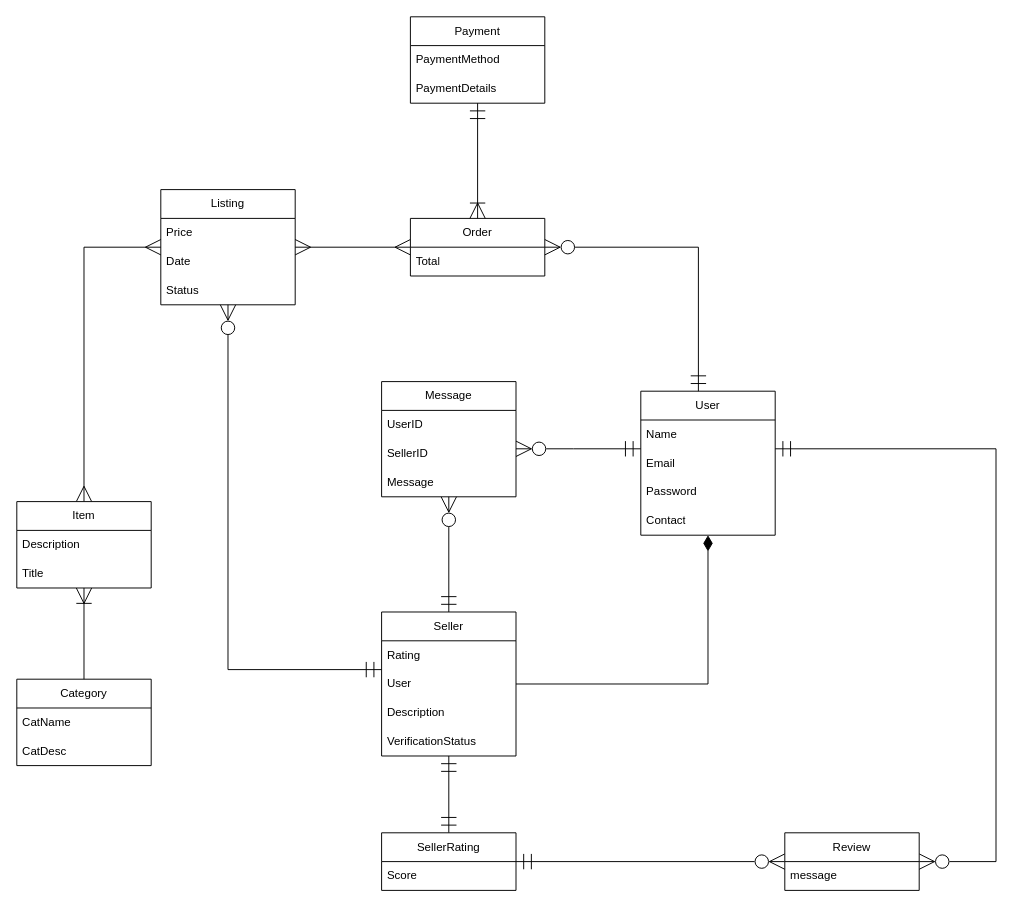
This is diagrams/EERD-ITECA3.drawio from GrantODP/ITECA3-project, a draw.io file, before an edit. Source tidied: cells renumbered, new cells numbered last; positions are measured from the earlier drawing's top-left corner, leaving out a move shared by most shapes. Both pictures are drawn from the tidied source at 96%, with x=0, y=0 at pixel (16, 16).
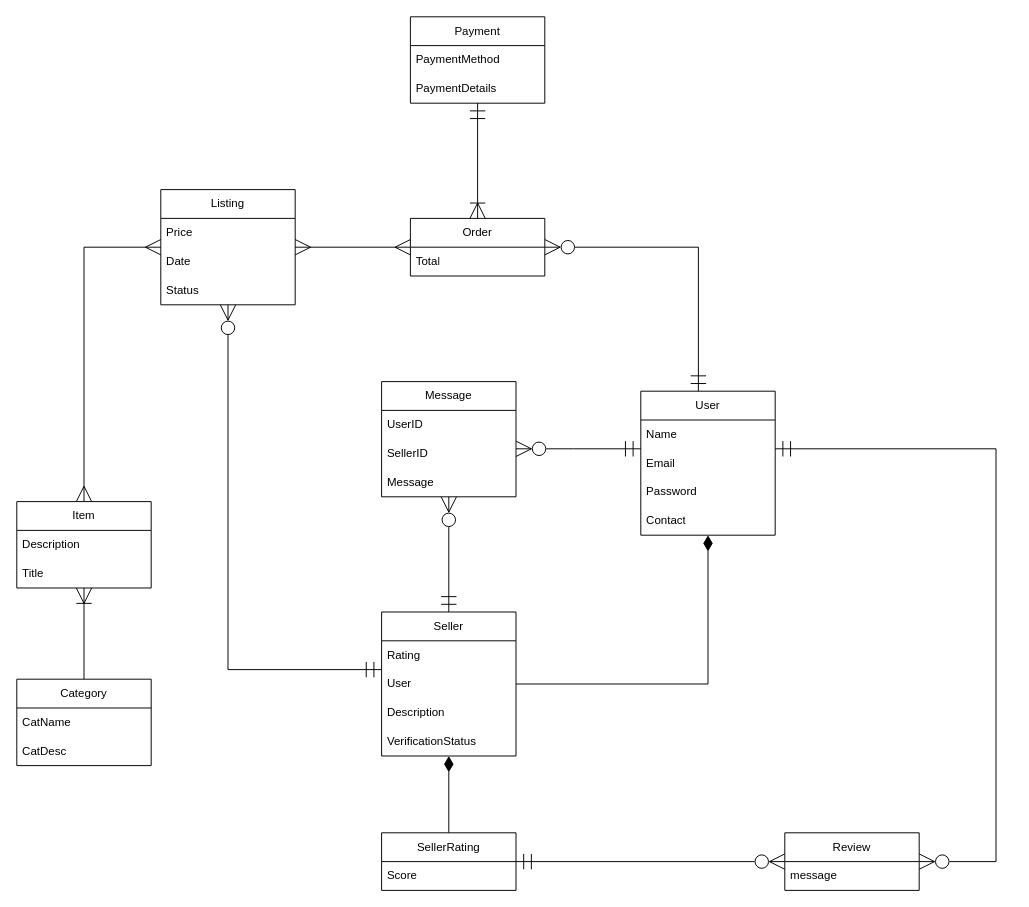
The same diagram, later.

Unchanged cells that the change refers to:
```xml
<mxCell id="21" value="Seller" style="swimlane;fontStyle=0;horizontal=1;startSize=30;whiteSpace=wrap;html=1;" parent="1" vertex="1">
  <mxGeometry x="380" y="620" width="140" height="150" as="geometry" />
</mxCell>
<mxCell id="33" value="SellerRating" style="swimlane;fontStyle=0;horizontal=1;startSize=30;whiteSpace=wrap;html=1;" parent="1" vertex="1">
  <mxGeometry x="380" y="850" width="140" height="60" as="geometry" />
</mxCell>
```

The edit, as a diff of the source:
```diff
@@
-    <mxCell id="19" style="edgeStyle=orthogonalEdgeStyle;rounded=0;jettySize=auto;html=1;endArrow=ERmandOne;startFill=0;startArrow=ERmandOne;endFill=0;endSize=14;startSize=14;" parent="1" edge="1" source="21" target="33">
+    <mxCell id="19" style="edgeStyle=orthogonalEdgeStyle;rounded=0;jettySize=auto;html=1;endArrow=none;startFill=1;startArrow=diamondThin;endFill=1;endSize=14;startSize=14;" parent="1" edge="1" source="21" target="33">
       <mxGeometry relative="1" as="geometry" />
     </mxCell>
```
